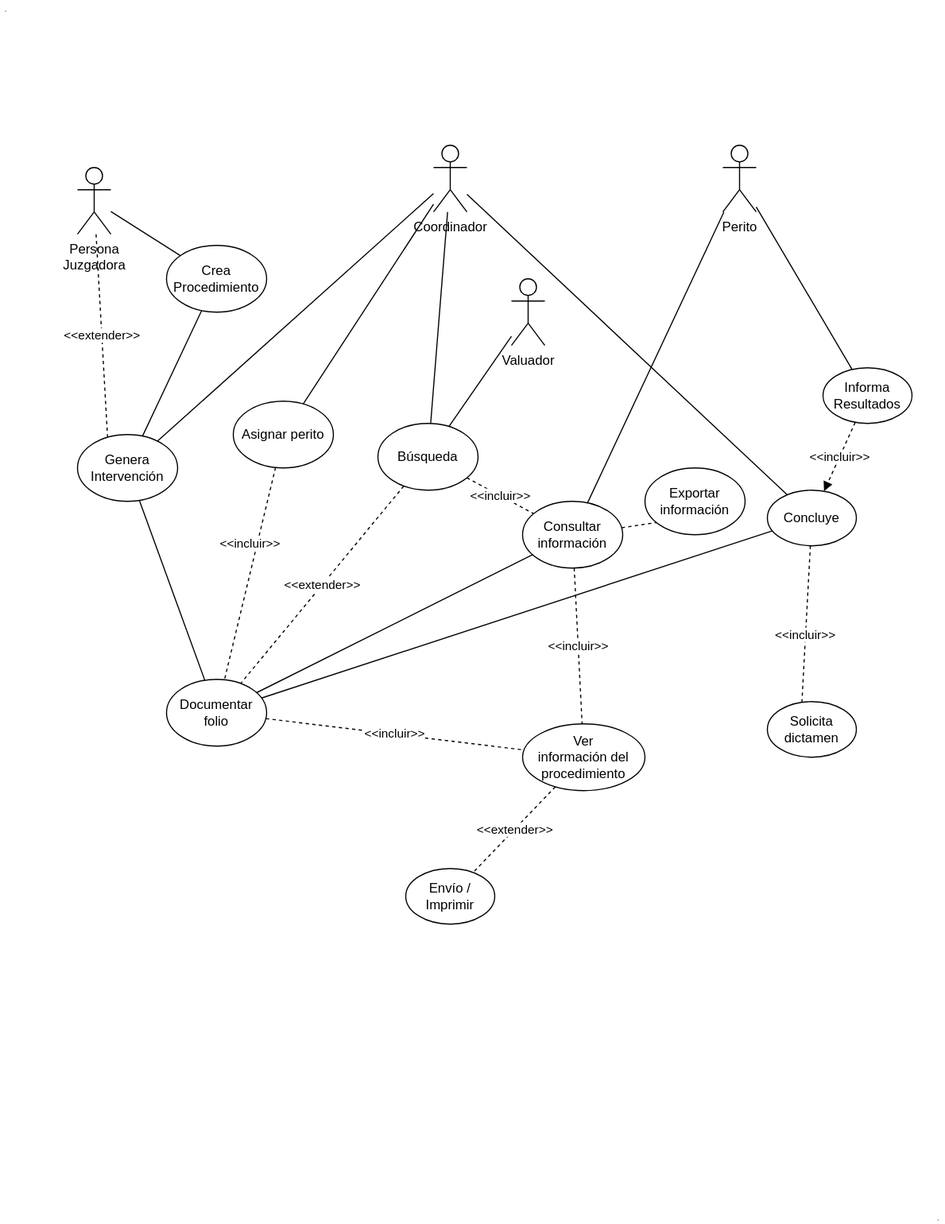
CMXCSP/SiCoIn-documentation keeps this draw.io diagram as UseCase/UserInteractionsWithTheSystem.svg. Above is the earlier version. Source tidied: cells renumbered, new cells last; positions are measured from the earlier drawing's top-left corner, leaving out a move shared by most shapes. Source of this version:
```xml
<mxGraphModel>
  <root>
    <mxCell id="0" />
    <mxCell id="1" parent="0" />
    <mxCell id="2" value="." style="text;html=1;strokeColor=none;fillColor=none;align=center;verticalAlign=middle;whiteSpace=wrap;rounded=0;fontColor=#ABABAB;" parent="1" vertex="1">
      <mxGeometry width="10" height="10" as="geometry" />
    </mxCell>
    <mxCell id="3" value="." style="text;html=1;strokeColor=none;fillColor=none;align=center;verticalAlign=middle;whiteSpace=wrap;rounded=0;fontColor=#ABABAB;" parent="1" vertex="1">
      <mxGeometry x="838" y="1086" width="10" height="10" as="geometry" />
    </mxCell>
    <mxCell id="4" style="rounded=0;jettySize=auto;html=1;fontColor=#000000;endArrow=none;endFill=0;" parent="1" edge="1" source="6" target="8">
      <mxGeometry relative="1" as="geometry" />
    </mxCell>
    <mxCell id="5" value="&amp;lt;&amp;lt;extender&amp;gt;&amp;gt;" style="edgeStyle=none;rounded=0;jettySize=auto;html=1;entryX=0.3;entryY=0.033;entryDx=0;entryDy=0;entryPerimeter=0;fontColor=#000000;endArrow=none;endFill=0;dashed=1;" parent="1" edge="1" source="6" target="11">
      <mxGeometry relative="1" as="geometry" />
    </mxCell>
    <mxCell id="6" value="Persona &lt;br&gt;Juzgadora" style="shape=umlActor;verticalLabelPosition=bottom;verticalAlign=top;html=1;outlineConnect=0;fontColor=#000000;" parent="1" vertex="1">
      <mxGeometry x="69" y="148" width="30" height="60" as="geometry" />
    </mxCell>
    <mxCell id="7" style="edgeStyle=none;rounded=0;jettySize=auto;html=1;fontColor=#000000;endArrow=none;endFill=0;" parent="1" edge="1" source="8" target="11">
      <mxGeometry relative="1" as="geometry" />
    </mxCell>
    <mxCell id="8" value="&lt;font color=&quot;#000000&quot;&gt;Crea Procedimiento&lt;/font&gt;" style="ellipse;whiteSpace=wrap;html=1;fontColor=#ABABAB;" parent="1" vertex="1">
      <mxGeometry x="149" y="218" width="90" height="60" as="geometry" />
    </mxCell>
    <mxCell id="9" style="edgeStyle=none;rounded=0;jettySize=auto;html=1;fontColor=#000000;endArrow=none;endFill=0;" parent="1" edge="1" source="11" target="33">
      <mxGeometry relative="1" as="geometry" />
    </mxCell>
    <mxCell id="10" style="edgeStyle=none;rounded=0;jettySize=auto;html=1;fontColor=#000000;endArrow=none;endFill=0;" parent="1" edge="1" source="11" target="15">
      <mxGeometry relative="1" as="geometry" />
    </mxCell>
    <mxCell id="11" value="&lt;font color=&quot;#000000&quot;&gt;Genera Intervención&lt;/font&gt;" style="ellipse;whiteSpace=wrap;html=1;fontColor=#ABABAB;" parent="1" vertex="1">
      <mxGeometry x="69" y="388" width="90" height="60" as="geometry" />
    </mxCell>
    <mxCell id="12" style="edgeStyle=none;rounded=0;jettySize=auto;html=1;fontColor=#000000;endArrow=none;endFill=0;" parent="1" edge="1" source="15" target="22">
      <mxGeometry relative="1" as="geometry" />
    </mxCell>
    <mxCell id="13" style="edgeStyle=none;rounded=0;jettySize=auto;html=1;fontColor=#000000;endArrow=none;endFill=0;" parent="1" edge="1" source="15" target="25">
      <mxGeometry relative="1" as="geometry" />
    </mxCell>
    <mxCell id="14" style="edgeStyle=none;rounded=0;jettySize=auto;html=1;fontColor=#000000;endArrow=none;endFill=0;" parent="1" edge="1" source="15" target="37">
      <mxGeometry relative="1" as="geometry" />
    </mxCell>
    <mxCell id="15" value="Coordinador" style="shape=umlActor;verticalLabelPosition=bottom;verticalAlign=top;html=1;outlineConnect=0;fontColor=#000000;" parent="1" vertex="1">
      <mxGeometry x="389" y="128" width="30" height="60" as="geometry" />
    </mxCell>
    <mxCell id="16" style="edgeStyle=none;rounded=0;jettySize=auto;html=1;fontColor=#000000;endArrow=none;endFill=0;" parent="1" edge="1" source="17" target="25">
      <mxGeometry relative="1" as="geometry" />
    </mxCell>
    <mxCell id="17" value="Valuador" style="shape=umlActor;verticalLabelPosition=bottom;verticalAlign=top;html=1;outlineConnect=0;fontColor=#000000;" parent="1" vertex="1">
      <mxGeometry x="459" y="248" width="30" height="60" as="geometry" />
    </mxCell>
    <mxCell id="18" style="edgeStyle=none;rounded=0;jettySize=auto;html=1;fontColor=#000000;endArrow=none;endFill=0;" parent="1" edge="1" source="20" target="29">
      <mxGeometry relative="1" as="geometry" />
    </mxCell>
    <mxCell id="19" style="edgeStyle=none;rounded=0;jettySize=auto;html=1;fontColor=#000000;endArrow=none;endFill=0;" parent="1" edge="1" source="20" target="39">
      <mxGeometry relative="1" as="geometry" />
    </mxCell>
    <mxCell id="20" value="Perito" style="shape=umlActor;verticalLabelPosition=bottom;verticalAlign=top;html=1;outlineConnect=0;fontColor=#000000;" parent="1" vertex="1">
      <mxGeometry x="649" y="128" width="30" height="60" as="geometry" />
    </mxCell>
    <mxCell id="21" value="&amp;lt;&amp;lt;incluir&amp;gt;&amp;gt;" style="edgeStyle=none;rounded=0;jettySize=auto;html=1;dashed=1;fontColor=#000000;endArrow=none;endFill=0;" parent="1" edge="1" source="22" target="33">
      <mxGeometry x="-0.27" y="-6" relative="1" as="geometry" />
    </mxCell>
    <mxCell id="22" value="&lt;font color=&quot;#000000&quot;&gt;Asignar perito&lt;/font&gt;" style="ellipse;whiteSpace=wrap;html=1;fontColor=#ABABAB;" parent="1" vertex="1">
      <mxGeometry x="209" y="358" width="90" height="60" as="geometry" />
    </mxCell>
    <mxCell id="23" value="&amp;lt;&amp;lt;incluir&amp;gt;&amp;gt;" style="edgeStyle=none;rounded=0;jettySize=auto;html=1;dashed=1;fontColor=#000000;endArrow=none;endFill=0;" parent="1" edge="1" source="25" target="29">
      <mxGeometry relative="1" as="geometry" />
    </mxCell>
    <mxCell id="24" value="&amp;lt;&amp;lt;extender&amp;gt;&amp;gt;" style="edgeStyle=none;rounded=0;jettySize=auto;html=1;dashed=1;fontColor=#000000;endArrow=none;endFill=0;" parent="1" edge="1" source="25" target="33">
      <mxGeometry relative="1" as="geometry" />
    </mxCell>
    <mxCell id="25" value="&lt;font color=&quot;#000000&quot;&gt;Búsqueda&lt;/font&gt;" style="ellipse;whiteSpace=wrap;html=1;fontColor=#ABABAB;" parent="1" vertex="1">
      <mxGeometry x="339" y="378" width="90" height="60" as="geometry" />
    </mxCell>
    <mxCell id="26" style="edgeStyle=none;rounded=0;jettySize=auto;html=1;entryX=0.778;entryY=0.667;entryDx=0;entryDy=0;entryPerimeter=0;fontColor=#000000;endArrow=none;endFill=0;dashed=1;" parent="1" edge="1" source="29" target="30">
      <mxGeometry relative="1" as="geometry" />
    </mxCell>
    <mxCell id="27" value="&amp;lt;&amp;lt;incluir&amp;gt;&amp;gt;" style="edgeStyle=none;rounded=0;jettySize=auto;html=1;dashed=1;fontColor=#000000;endArrow=none;endFill=0;" parent="1" edge="1" source="29" target="35">
      <mxGeometry relative="1" as="geometry" />
    </mxCell>
    <mxCell id="28" style="edgeStyle=none;rounded=0;jettySize=auto;html=1;fontColor=#000000;endArrow=none;endFill=0;" parent="1" edge="1" source="29" target="33">
      <mxGeometry relative="1" as="geometry" />
    </mxCell>
    <mxCell id="29" value="&lt;font color=&quot;#000000&quot;&gt;Consultar información&lt;/font&gt;" style="ellipse;whiteSpace=wrap;html=1;fontColor=#ABABAB;" parent="1" vertex="1">
      <mxGeometry x="469" y="448" width="90" height="60" as="geometry" />
    </mxCell>
    <mxCell id="30" value="&lt;font color=&quot;#000000&quot;&gt;Exportar información&lt;/font&gt;" style="ellipse;whiteSpace=wrap;html=1;fontColor=#ABABAB;" parent="1" vertex="1">
      <mxGeometry x="579" y="418" width="90" height="60" as="geometry" />
    </mxCell>
    <mxCell id="31" value="&amp;lt;&amp;lt;incluir&amp;gt;&amp;gt;" style="edgeStyle=none;rounded=0;jettySize=auto;html=1;dashed=1;fontColor=#000000;endArrow=none;endFill=0;" parent="1" edge="1" source="33" target="35">
      <mxGeometry relative="1" as="geometry" />
    </mxCell>
    <mxCell id="32" style="edgeStyle=none;rounded=0;jettySize=auto;html=1;fontColor=#000000;endArrow=none;endFill=0;" parent="1" edge="1" source="33" target="37">
      <mxGeometry relative="1" as="geometry" />
    </mxCell>
    <mxCell id="33" value="&lt;font color=&quot;#000000&quot;&gt;Documentar folio&lt;/font&gt;" style="ellipse;whiteSpace=wrap;html=1;fontColor=#ABABAB;" parent="1" vertex="1">
      <mxGeometry x="149" y="608" width="90" height="60" as="geometry" />
    </mxCell>
    <mxCell id="34" value="&amp;lt;&amp;lt;extender&amp;gt;&amp;gt;" style="edgeStyle=none;rounded=0;jettySize=auto;html=1;dashed=1;fontColor=#000000;endArrow=none;endFill=0;" parent="1" edge="1" source="35" target="41">
      <mxGeometry relative="1" as="geometry" />
    </mxCell>
    <mxCell id="35" value="&lt;font color=&quot;#000000&quot;&gt;Ver &lt;br&gt;información del procedimiento&lt;/font&gt;" style="ellipse;whiteSpace=wrap;html=1;fontColor=#ABABAB;" parent="1" vertex="1">
      <mxGeometry x="469" y="648" width="110" height="60" as="geometry" />
    </mxCell>
    <mxCell id="36" value="&amp;lt;&amp;lt;incluir&amp;gt;&amp;gt;" style="edgeStyle=none;rounded=0;jettySize=auto;html=1;entryX=0.375;entryY=0.4;entryDx=0;entryDy=0;entryPerimeter=0;dashed=1;fontColor=#000000;endArrow=none;endFill=0;" parent="1" edge="1" source="37" target="40">
      <mxGeometry relative="1" as="geometry" />
    </mxCell>
    <mxCell id="37" value="&lt;font color=&quot;#000000&quot;&gt;Concluye&lt;/font&gt;" style="ellipse;whiteSpace=wrap;html=1;fontColor=#ABABAB;" parent="1" vertex="1">
      <mxGeometry x="689" y="438" width="80" height="50" as="geometry" />
    </mxCell>
    <mxCell id="38" value="&amp;lt;&amp;lt;incluir&amp;gt;&amp;gt;" style="edgeStyle=none;rounded=0;jettySize=auto;html=1;dashed=1;fontColor=#000000;endArrow=block;endFill=1;" parent="1" edge="1" source="39" target="37">
      <mxGeometry relative="1" as="geometry" />
    </mxCell>
    <mxCell id="39" value="&lt;font color=&quot;#000000&quot;&gt;Informa Resultados&lt;/font&gt;" style="ellipse;whiteSpace=wrap;html=1;fontColor=#ABABAB;" parent="1" vertex="1">
      <mxGeometry x="739" y="328" width="80" height="50" as="geometry" />
    </mxCell>
    <mxCell id="40" value="&lt;font color=&quot;#000000&quot;&gt;Solicita dictamen&lt;/font&gt;" style="ellipse;whiteSpace=wrap;html=1;fontColor=#ABABAB;" parent="1" vertex="1">
      <mxGeometry x="689" y="628" width="80" height="50" as="geometry" />
    </mxCell>
    <mxCell id="41" value="&lt;font color=&quot;#000000&quot;&gt;Envío / Imprimir&lt;/font&gt;" style="ellipse;whiteSpace=wrap;html=1;fontColor=#ABABAB;" parent="1" vertex="1">
      <mxGeometry x="364" y="778" width="80" height="50" as="geometry" />
    </mxCell>
  </root>
</mxGraphModel>
```
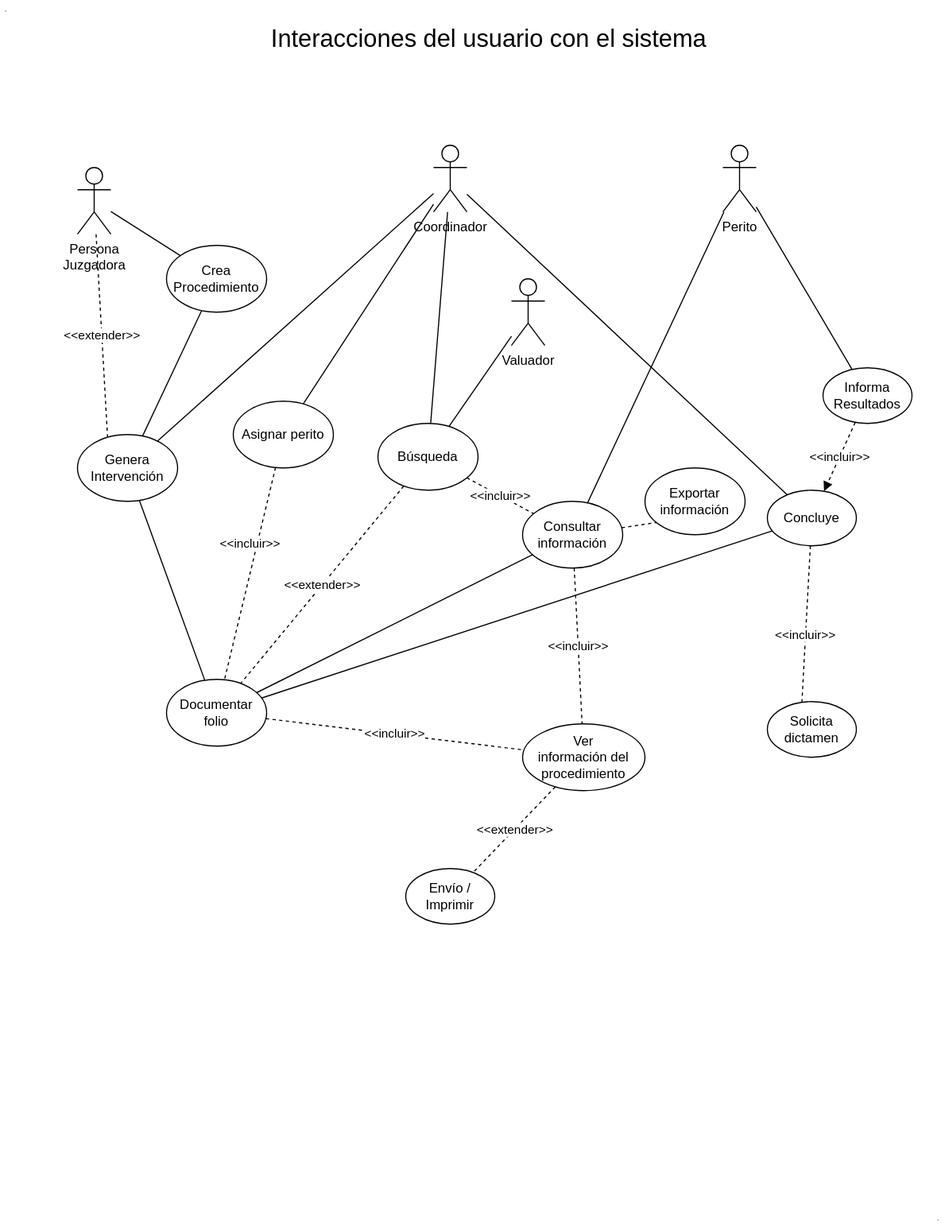
After the change.

Change to the diagram source:
```diff
@@ -1,4 +1,4 @@
-<mxGraphModel>
+<mxGraphModel background="#ffffff">
   <root>
     <mxCell id="0" />
     <mxCell id="1" parent="0" />
@@ -122,5 +122,8 @@
     <mxCell id="41" value="&lt;font color=&quot;#000000&quot;&gt;Envío / Imprimir&lt;/font&gt;" style="ellipse;whiteSpace=wrap;html=1;fontColor=#ABABAB;" parent="1" vertex="1">
       <mxGeometry x="364" y="778" width="80" height="50" as="geometry" />
     </mxCell>
+    <mxCell id="42" value="Interacciones del usuario con el sistema" style="text;html=1;strokeColor=none;fillColor=none;align=center;verticalAlign=middle;whiteSpace=wrap;rounded=0;fontSize=22;" parent="1" vertex="1">
+      <mxGeometry x="79" y="18" width="720" height="30" as="geometry" />
+    </mxCell>
   </root>
 </mxGraphModel>
```
